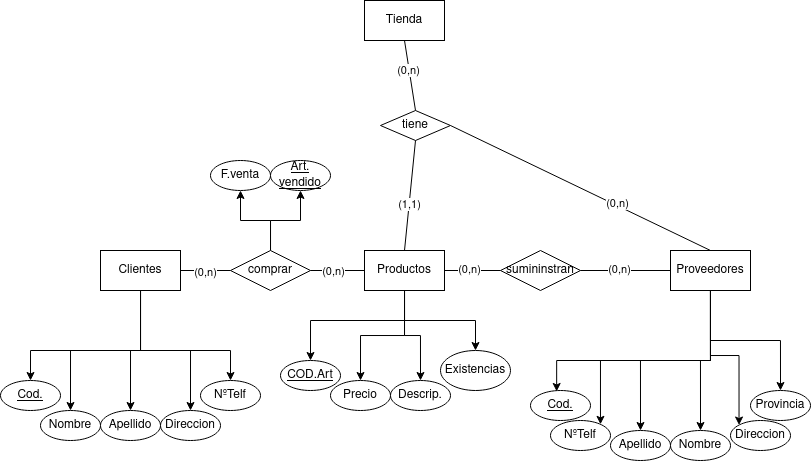
Before: Ejercicios/images/Diagrama_BAE_E5.drawio.png, a diagram exported from draw.io (adogonz23/BAE). Source tidied: cells renumbered, new cells last; positions are measured from the earlier drawing's top-left corner, leaving out a move shared by most shapes.
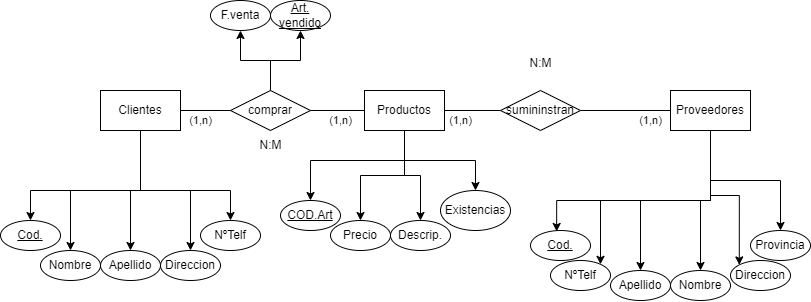
The same diagram one commit later.

Diff of the diagram source:
```diff
@@ -2,9 +2,6 @@
   <root>
     <mxCell id="0" />
     <mxCell id="1" parent="0" />
-    <mxCell id="2" value="Tienda" style="rounded=0;whiteSpace=wrap;html=1;" parent="1" vertex="1">
-      <mxGeometry x="364" width="80" height="40" as="geometry" />
-    </mxCell>
     <mxCell id="3" style="edgeStyle=orthogonalEdgeStyle;rounded=0;jettySize=auto;html=1;entryX=0.5;entryY=0;entryDx=0;entryDy=0;" parent="1" edge="1" source="8" target="48">
       <mxGeometry relative="1" as="geometry" />
     </mxCell>
@@ -91,48 +88,35 @@
     <mxCell id="24" style="endArrow=none;html=1;rounded=0;entryX=1;entryY=0.5;entryDx=0;entryDy=0;exitX=0;exitY=0.5;exitDx=0;exitDy=0;" parent="1" edge="1" source="8" target="20">
       <mxGeometry relative="1" as="geometry" />
     </mxCell>
-    <mxCell id="25" value="(0,n)" style="edgeLabel;html=1;align=center;verticalAlign=middle;" parent="24" vertex="1">
-      <mxGeometry x="0.15" y="-1" relative="1" as="geometry" />
+    <mxCell id="25" value="(1,n)" style="edgeLabel;html=1;align=center;verticalAlign=middle;" parent="24" vertex="1">
+      <mxGeometry x="0.15" y="-1" relative="1" as="geometry">
+        <mxPoint x="-159" y="11" as="offset" />
+      </mxGeometry>
     </mxCell>
     <mxCell id="26" style="endArrow=none;html=1;rounded=0;exitX=1;exitY=0.5;exitDx=0;exitDy=0;entryX=0;entryY=0.5;entryDx=0;entryDy=0;" parent="1" edge="1" source="23" target="19">
       <mxGeometry relative="1" as="geometry" />
     </mxCell>
-    <mxCell id="27" value="(0,n)" style="edgeLabel;html=1;align=center;verticalAlign=middle;" parent="26" vertex="1">
-      <mxGeometry x="-0.16" y="-1" relative="1" as="geometry" />
+    <mxCell id="27" value="(1,n)" style="edgeLabel;html=1;align=center;verticalAlign=middle;" parent="26" vertex="1">
+      <mxGeometry x="-0.16" y="-1" relative="1" as="geometry">
+        <mxPoint x="-133" y="9" as="offset" />
+      </mxGeometry>
     </mxCell>
     <mxCell id="28" style="endArrow=none;html=1;rounded=0;entryX=1;entryY=0.5;entryDx=0;entryDy=0;exitX=0;exitY=0.5;exitDx=0;exitDy=0;" parent="1" edge="1" source="20" target="19">
       <mxGeometry relative="1" as="geometry" />
     </mxCell>
-    <mxCell id="29" value="(0,n)" style="edgeLabel;html=1;align=center;verticalAlign=middle;" parent="28" vertex="1">
-      <mxGeometry x="0.13" y="-1" relative="1" as="geometry" />
+    <mxCell id="29" value="(1,n)" style="edgeLabel;html=1;align=center;verticalAlign=middle;" parent="28" vertex="1">
+      <mxGeometry x="0.13" y="-1" relative="1" as="geometry">
+        <mxPoint x="181" y="11" as="offset" />
+      </mxGeometry>
     </mxCell>
     <mxCell id="30" style="endArrow=none;html=1;rounded=0;exitX=1;exitY=0.5;exitDx=0;exitDy=0;" parent="1" edge="1" source="14" target="23">
       <mxGeometry relative="1" as="geometry" />
     </mxCell>
-    <mxCell id="31" value="(0,n)" style="edgeLabel;html=1;align=center;verticalAlign=middle;" parent="30" vertex="1">
-      <mxGeometry x="0.01" y="-2" relative="1" as="geometry" />
+    <mxCell id="31" value="(1,n)" style="edgeLabel;html=1;align=center;verticalAlign=middle;" parent="30" vertex="1">
+      <mxGeometry x="0.01" y="-2" relative="1" as="geometry">
+        <mxPoint x="135" y="8" as="offset" />
+      </mxGeometry>
     </mxCell>
-    <mxCell id="32" value="tiene" style="rhombus;whiteSpace=wrap;html=1;" parent="1" vertex="1">
-      <mxGeometry x="380" y="110" width="70" height="30" as="geometry" />
-    </mxCell>
-    <mxCell id="33" style="endArrow=none;html=1;rounded=0;entryX=0.5;entryY=1;entryDx=0;entryDy=0;exitX=0.5;exitY=0;exitDx=0;exitDy=0;" parent="1" edge="1" source="32" target="2">
-      <mxGeometry relative="1" as="geometry" />
-    </mxCell>
-    <mxCell id="34" value="(0,n)" style="edgeLabel;html=1;align=center;verticalAlign=middle;" parent="33" vertex="1">
-      <mxGeometry x="0.14" y="1" relative="1" as="geometry" />
-    </mxCell>
-    <mxCell id="35" style="endArrow=none;html=1;rounded=0;entryX=1;entryY=0.5;entryDx=0;entryDy=0;exitX=0.5;exitY=0;exitDx=0;exitDy=0;" parent="1" edge="1" source="8" target="32">
-      <mxGeometry relative="1" as="geometry" />
-    </mxCell>
-    <mxCell id="36" value="(0,n)" style="edgeLabel;html=1;align=center;verticalAlign=middle;" parent="35" vertex="1">
-      <mxGeometry x="-0.28" y="-2" relative="1" as="geometry" />
-    </mxCell>
-    <mxCell id="37" style="endArrow=none;html=1;rounded=0;entryX=0.5;entryY=1;entryDx=0;entryDy=0;exitX=0.5;exitY=0;exitDx=0;exitDy=0;" parent="1" edge="1" source="19" target="32">
-      <mxGeometry relative="1" as="geometry" />
-    </mxCell>
-    <mxCell id="38" value="(1,1)" style="edgeLabel;html=1;align=center;verticalAlign=middle;" parent="37" vertex="1">
-      <mxGeometry x="-0.16" relative="1" as="geometry" />
-    </mxCell>
     <mxCell id="39" value="F.venta" style="ellipse;whiteSpace=wrap;html=1;" parent="1" vertex="1">
       <mxGeometry x="210" y="160" width="60" height="30" as="geometry" />
     </mxCell>
@@ -192,5 +176,11 @@
     <mxCell id="56" value="Descrip." style="ellipse;whiteSpace=wrap;html=1;" parent="1" vertex="1">
       <mxGeometry x="390" y="380" width="60" height="30" as="geometry" />
     </mxCell>
+    <mxCell id="57" value="N:M" style="text;html=1;align=center;verticalAlign=middle;strokeColor=none;fillColor=none;" parent="1" vertex="1">
+      <mxGeometry x="515" y="208" width="50" height="30" as="geometry" />
+    </mxCell>
+    <mxCell id="58" value="N:M" style="text;html=1;align=center;verticalAlign=middle;strokeColor=none;fillColor=none;" parent="1" vertex="1">
+      <mxGeometry x="245" y="290" width="50" height="30" as="geometry" />
+    </mxCell>
   </root>
 </mxGraphModel>
```
